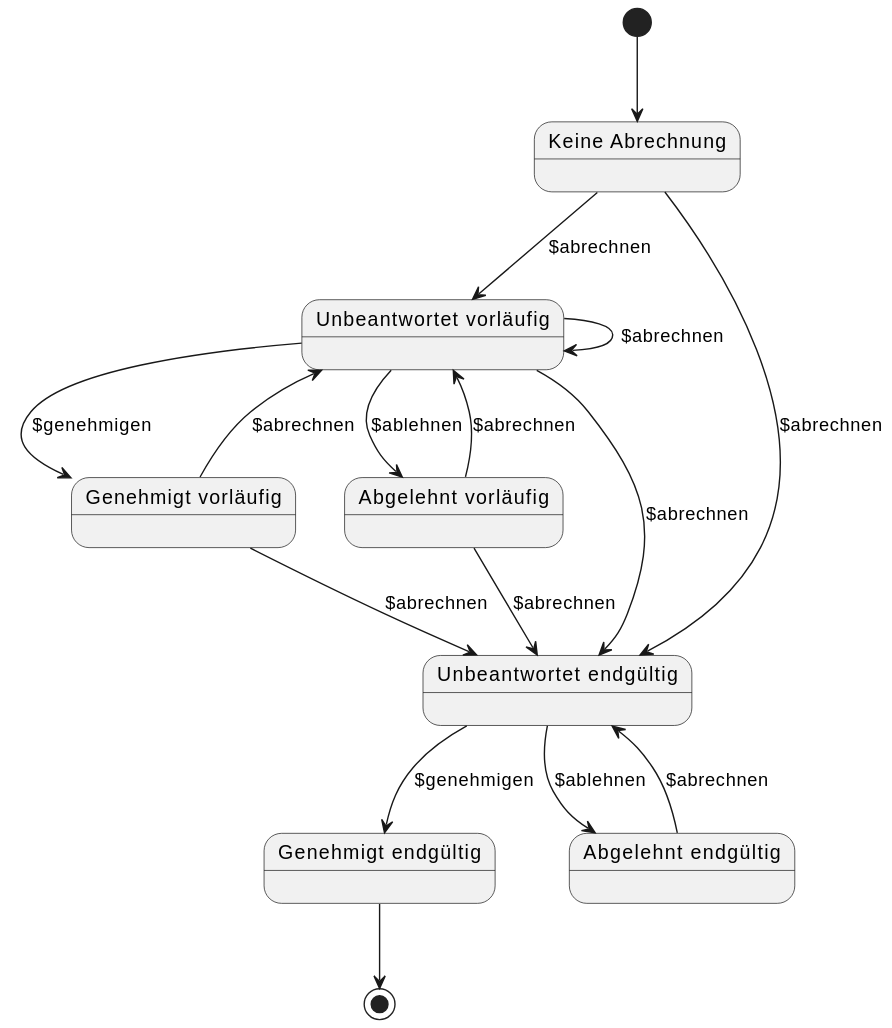
Before: input/images/plantuml/moped-fall-abrechnen/abrechnen-zustaende.svg, a diagram exported from PlantUML (HL7Austria/ELGA-MOPED-R5). Its diagram source:
```plantuml
@startuml
state "Keine Abrechnung" as A
state "Unbeantwortet vorläufig" as B
state "Genehmigt vorläufig" as C
state "Abgelehnt vorläufig" as D
state "Unbeantwortet endgültig" as E
state "Genehmigt endgültig" as F
state "Abgelehnt endgültig" as G

[*] --> A
A --> B : $abrechnen
A --> E : $abrechnen
B --> C : $genehmigen
B --> D : $ablehnen
D --> B : $abrechnen
C --> B : $abrechnen
B --> B : $abrechnen
B --> E : $abrechnen
C --> E : $abrechnen
D --> E : $abrechnen
E --> F : $genehmigen
E --> G : $ablehnen
G --> E : $abrechnen
F --> [*]
@enduml
```
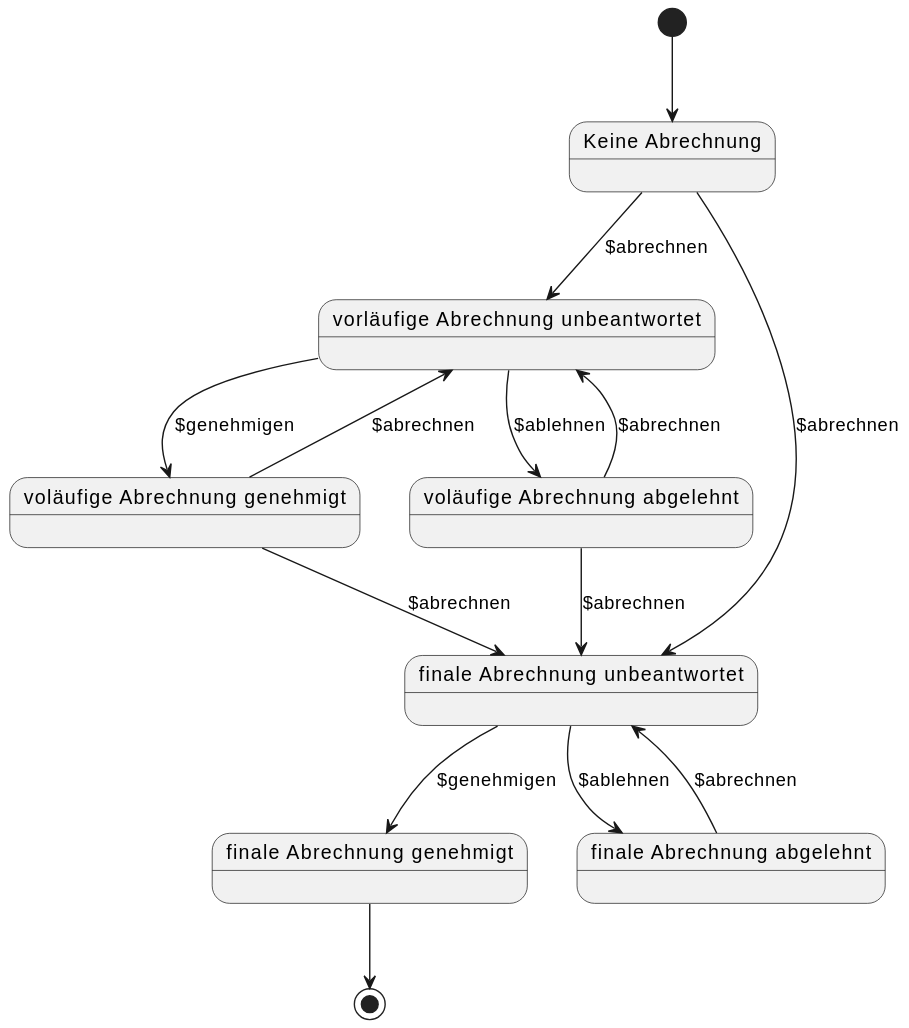
The same diagram one commit later.

What changed in the source:
```diff
@@ -1,11 +1,11 @@
 @startuml
 state "Keine Abrechnung" as A
-state "Unbeantwortet vorläufig" as B
-state "Genehmigt vorläufig" as C
-state "Abgelehnt vorläufig" as D
-state "Unbeantwortet endgültig" as E
-state "Genehmigt endgültig" as F
-state "Abgelehnt endgültig" as G
+state "vorläufige Abrechnung unbeantwortet" as B
+state "voläufige Abrechnung genehmigt" as C
+state "voläufige Abrechnung abgelehnt" as D
+state "finale Abrechnung unbeantwortet" as E
+state "finale Abrechnung genehmigt" as F
+state "finale Abrechnung abgelehnt" as G
 
 [*] --> A
 A --> B : $abrechnen
@@ -14,8 +14,6 @@
 B --> D : $ablehnen
 D --> B : $abrechnen
 C --> B : $abrechnen
-B --> B : $abrechnen
-B --> E : $abrechnen
 C --> E : $abrechnen
 D --> E : $abrechnen
 E --> F : $genehmigen
```
